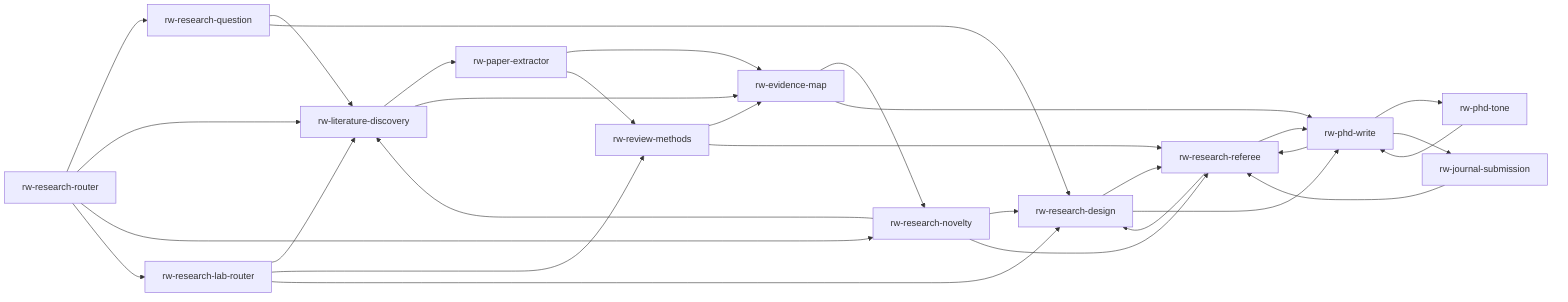
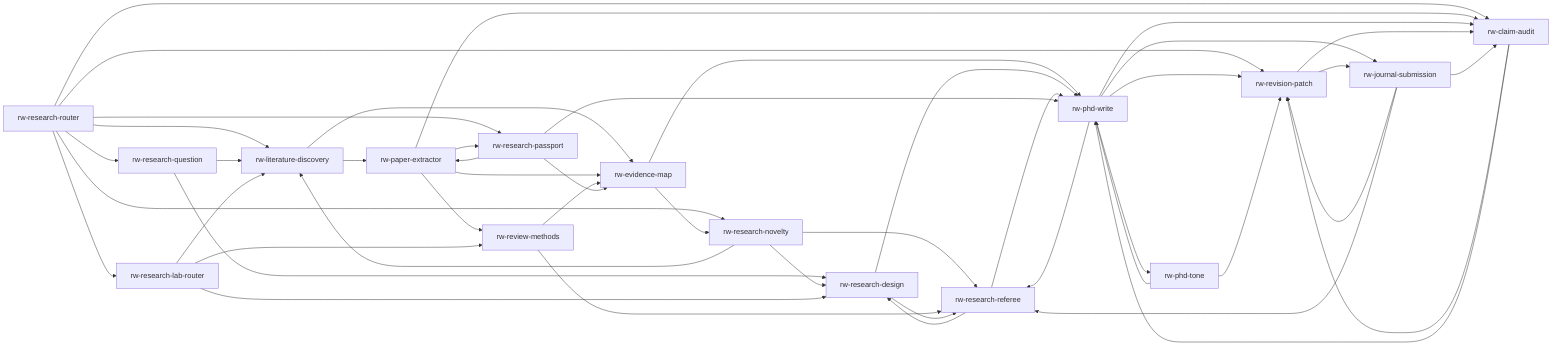
flowchart LR
  router["rw-research-router"]
  question["rw-research-question"]
  discovery["rw-literature-discovery"]
  extractor["rw-paper-extractor"]
  evidence["rw-evidence-map"]
  novelty["rw-research-novelty"]
  review["rw-review-methods"]
  design["rw-research-design"]
  referee["rw-research-referee"]
+   passport["rw-research-passport"]
+   audit["rw-claim-audit"]
+   patch["rw-revision-patch"]
  write["rw-phd-write"]
  tone["rw-phd-tone"]
  submission["rw-journal-submission"]
  tools["rw-research-lab-router"]

  router --> question
  router --> discovery
  router --> novelty
+   router --> passport
+   router --> audit
+   router --> patch
  router --> tools
  question --> discovery
  question --> design
  discovery --> extractor
  discovery --> evidence
  extractor --> evidence
+   extractor --> audit
+   extractor --> passport
  extractor --> review
  evidence --> novelty
  evidence --> write
  novelty --> discovery
  novelty --> design
  novelty --> referee
  review --> evidence
  review --> referee
  design --> referee
  design --> write
  referee --> design
  referee --> write
  write --> tone
+   write --> audit
+   write --> patch
  write --> referee
  write --> submission
  tone --> write
+   tone --> patch
+   audit --> patch
+   audit --> write
+   patch --> audit
+   patch --> submission
+   passport --> extractor
+   passport --> evidence
+   passport --> write
+   submission --> patch
+   submission --> audit
  submission --> referee
  tools --> discovery
  tools --> review
  tools --> design
